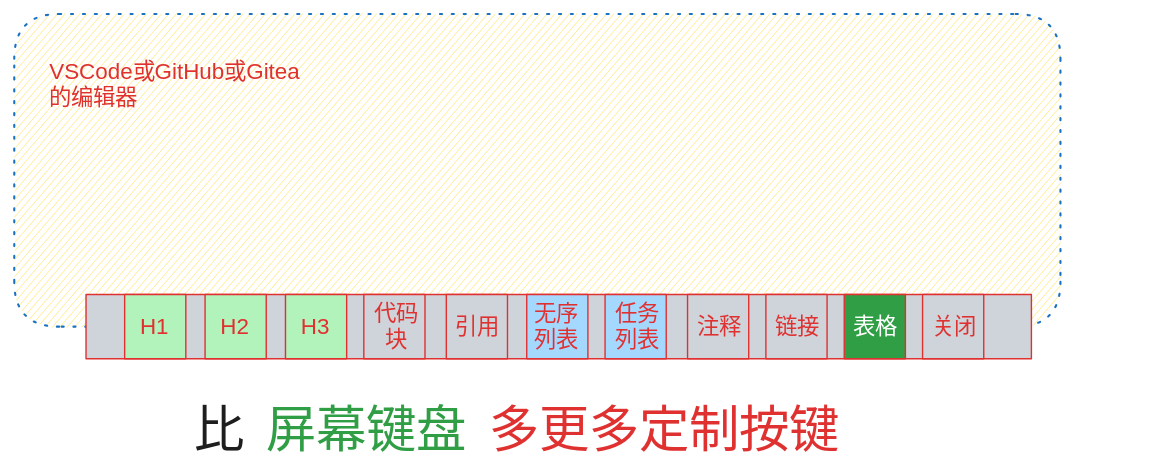
Above: docs/sk/excalidraw-files/UI.md.sk.excalidraw.svg in editfund/editfund.github.io-src (Excalidraw), before the change. Source tidied: one line per element, renumbered; positions are measured from the earlier drawing's top-left corner, leaving out a move shared by most shapes. The source it was exported from:
```json
{"id": 0, "type": "rectangle", "strokeColor": "#1971c2", "backgroundColor": "#ffec99", "fillStyle": "hachure", "strokeWidth": 1, "strokeStyle": "dotted", "roughness": 0, "round": true, "x": 0, "y": 0, "width": 747, "height": 223}
{"id": 1, "type": "text", "text": "VSCode或GitHub或Gitea\n的编辑器", "strokeColor": "#e03131", "backgroundColor": "#b2f2bb", "fillStyle": "cross-hatch", "strokeWidth": 1, "roughness": 0, "fontSize": 16, "fontFamily": 2, "x": 25, "y": 32, "width": 180, "height": 37}
{"id": 2, "type": "text", "text": "比 ", "strokeColor": "#1e1e1e", "backgroundColor": "#b2f2bb", "fillStyle": "cross-hatch", "strokeWidth": 1, "roughness": 0, "fontSize": 36, "fontFamily": 2, "x": 129, "y": 276, "width": 46, "height": 41}
{"id": 3, "type": "text", "text": "屏幕键盘", "strokeColor": "#2f9e44", "backgroundColor": "#b2f2bb", "fillStyle": "cross-hatch", "strokeWidth": 1, "roughness": 0, "fontSize": 36, "fontFamily": 2, "x": 180, "y": 276, "width": 144, "height": 41}
{"id": 4, "type": "text", "text": " 多更多定制按键", "strokeColor": "#e03131", "backgroundColor": "#b2f2bb", "fillStyle": "cross-hatch", "strokeWidth": 1, "roughness": 0, "fontSize": 36, "fontFamily": 2, "x": 329, "y": 276, "width": 262, "height": 41}
{"id": 5, "type": "rectangle", "strokeColor": "#e03131", "backgroundColor": "#ced4da", "fillStyle": "solid", "strokeWidth": 1, "roughness": 0, "x": 51, "y": 200, "width": 675, "height": 46}
{"id": 6, "type": "rectangle", "strokeColor": "#e03131", "backgroundColor": "#b2f2bb", "fillStyle": "solid", "strokeWidth": 1, "roughness": 0, "x": 79, "y": 200, "width": 44, "height": 46}
{"id": 7, "type": "rectangle", "strokeColor": "#e03131", "backgroundColor": "#b2f2bb", "fillStyle": "solid", "strokeWidth": 1, "roughness": 0, "x": 136, "y": 200, "width": 44, "height": 46}
{"id": 8, "type": "rectangle", "strokeColor": "#e03131", "backgroundColor": "#b2f2bb", "fillStyle": "solid", "strokeWidth": 1, "roughness": 0, "x": 194, "y": 200, "width": 44, "height": 46}
{"id": 9, "type": "rectangle", "strokeColor": "#e03131", "backgroundColor": "#ced4da", "fillStyle": "solid", "strokeWidth": 1, "roughness": 0, "x": 250, "y": 200, "width": 44, "height": 46}
{"id": 10, "type": "rectangle", "strokeColor": "#e03131", "backgroundColor": "#ced4da", "fillStyle": "solid", "strokeWidth": 1, "roughness": 0, "x": 309, "y": 200, "width": 44, "height": 46}
{"id": 11, "type": "rectangle", "strokeColor": "#e03131", "backgroundColor": "#a5d8ff", "fillStyle": "solid", "strokeWidth": 1, "roughness": 0, "x": 366, "y": 200, "width": 44, "height": 46}
{"id": 12, "type": "rectangle", "strokeColor": "#e03131", "backgroundColor": "#a5d8ff", "fillStyle": "solid", "strokeWidth": 1, "roughness": 0, "x": 422, "y": 200, "width": 44, "height": 46}
{"id": 13, "type": "rectangle", "strokeColor": "#e03131", "backgroundColor": "#ced4da", "fillStyle": "solid", "strokeWidth": 1, "roughness": 0, "x": 481, "y": 200, "width": 44, "height": 46}
{"id": 14, "type": "rectangle", "strokeColor": "#e03131", "backgroundColor": "#ced4da", "fillStyle": "solid", "strokeWidth": 1, "roughness": 0, "x": 537, "y": 200, "width": 44, "height": 46}
{"id": 15, "type": "rectangle", "strokeColor": "#e03131", "backgroundColor": "#2f9e44", "fillStyle": "solid", "strokeWidth": 1, "roughness": 0, "x": 593, "y": 200, "width": 44, "height": 46}
{"id": 16, "type": "rectangle", "strokeColor": "#e03131", "backgroundColor": "#ced4da", "fillStyle": "solid", "strokeWidth": 1, "roughness": 0, "x": 649, "y": 200, "width": 44, "height": 46}
{"id": 17, "type": "text", "text": "H1", "strokeColor": "#e03131", "backgroundColor": "#ced4da", "fillStyle": "solid", "strokeWidth": 1, "roughness": 0, "fontSize": 16, "fontFamily": 2, "x": 90, "y": 214, "width": 20, "height": 18}
{"id": 18, "type": "text", "text": "H2", "strokeColor": "#e03131", "backgroundColor": "#ced4da", "fillStyle": "solid", "strokeWidth": 1, "roughness": 0, "fontSize": 16, "fontFamily": 2, "x": 147, "y": 214, "width": 20, "height": 18}
{"id": 19, "type": "text", "text": "H3", "strokeColor": "#e03131", "backgroundColor": "#ced4da", "fillStyle": "solid", "strokeWidth": 1, "roughness": 0, "fontSize": 16, "fontFamily": 2, "x": 205, "y": 214, "width": 20, "height": 18}
{"id": 20, "type": "text", "text": "代码\n块", "strokeColor": "#e03131", "backgroundColor": "#ced4da", "fillStyle": "solid", "strokeWidth": 1, "roughness": 0, "fontSize": 16, "fontFamily": 2, "textAlign": "center", "x": 257, "y": 205, "width": 32, "height": 37}
{"id": 21, "type": "text", "text": "引用", "strokeColor": "#e03131", "backgroundColor": "#ced4da", "fillStyle": "solid", "strokeWidth": 1, "roughness": 0, "fontSize": 16, "fontFamily": 2, "x": 314, "y": 214, "width": 32, "height": 18}
{"id": 22, "type": "text", "text": "无序\n列表", "strokeColor": "#e03131", "backgroundColor": "#ced4da", "fillStyle": "solid", "strokeWidth": 1, "roughness": 0, "fontSize": 16, "fontFamily": 2, "x": 371, "y": 205, "width": 32, "height": 37}
{"id": 23, "type": "text", "text": "任务\n列表", "strokeColor": "#e03131", "backgroundColor": "#ced4da", "fillStyle": "solid", "strokeWidth": 1, "roughness": 0, "fontSize": 16, "fontFamily": 2, "x": 429, "y": 205, "width": 32, "height": 37}
{"id": 24, "type": "text", "text": "注释", "strokeColor": "#e03131", "backgroundColor": "#ced4da", "fillStyle": "solid", "strokeWidth": 1, "roughness": 0, "fontSize": 16, "fontFamily": 2, "x": 488, "y": 214, "width": 32, "height": 18}
{"id": 25, "type": "text", "text": "链接", "strokeColor": "#e03131", "backgroundColor": "#ced4da", "fillStyle": "solid", "strokeWidth": 1, "roughness": 0, "fontSize": 16, "fontFamily": 2, "x": 544, "y": 214, "width": 32, "height": 18}
{"id": 26, "type": "text", "text": "表格", "strokeColor": "#ffffff", "backgroundColor": "#ced4da", "fillStyle": "solid", "strokeWidth": 1, "roughness": 0, "fontSize": 16, "fontFamily": 2, "x": 599, "y": 214, "width": 32, "height": 18}
{"id": 27, "type": "text", "text": "关闭", "strokeColor": "#e03131", "backgroundColor": "#ced4da", "fillStyle": "solid", "strokeWidth": 1, "roughness": 0, "fontSize": 16, "fontFamily": 2, "x": 655, "y": 214, "width": 32, "height": 18}
{"id": 28, "type": "freedraw", "strokeColor": "#ffffff", "backgroundColor": "#2f9e44", "fillStyle": "solid", "strokeWidth": 1, "roughness": 0, "x": 610, "y": 276, "width": 0, "height": 0, "points": [[0, 0], [0, 0]]}
{"id": 29, "type": "freedraw", "strokeColor": "#ffffff", "backgroundColor": "#2f9e44", "fillStyle": "solid", "strokeWidth": 1, "roughness": 0, "x": 812, "y": 189, "width": 0, "height": 0, "points": [[0, 0], [0, 0]]}
```
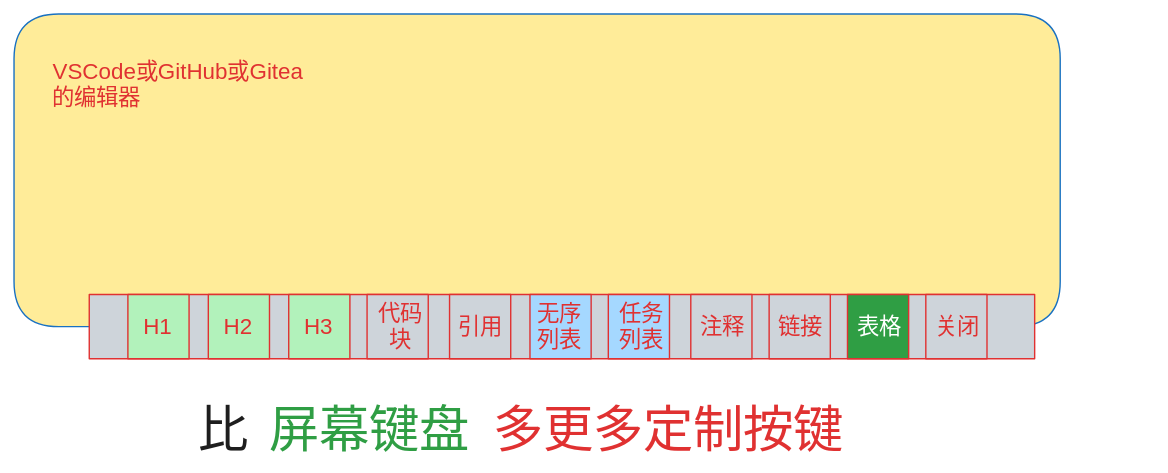
Later version of the same file.

Change to the diagram source:
```diff
@@ -1,4 +1,4 @@
-{"id": 0, "type": "rectangle", "strokeColor": "#1971c2", "backgroundColor": "#ffec99", "fillStyle": "hachure", "strokeWidth": 1, "strokeStyle": "dotted", "roughness": 0, "round": true, "x": 0, "y": 0, "width": 747, "height": 223}
+{"id": 0, "type": "rectangle", "strokeColor": "#1971c2", "backgroundColor": "#ffec99", "fillStyle": "solid", "strokeWidth": 1, "roughness": 0, "round": true, "x": -2, "y": 0, "width": 747, "height": 223}
 {"id": 1, "type": "text", "text": "VSCode或GitHub或Gitea\n的编辑器", "strokeColor": "#e03131", "backgroundColor": "#b2f2bb", "fillStyle": "cross-hatch", "strokeWidth": 1, "roughness": 0, "fontSize": 16, "fontFamily": 2, "x": 25, "y": 32, "width": 180, "height": 37}
 {"id": 2, "type": "text", "text": "比 ", "strokeColor": "#1e1e1e", "backgroundColor": "#b2f2bb", "fillStyle": "cross-hatch", "strokeWidth": 1, "roughness": 0, "fontSize": 36, "fontFamily": 2, "x": 129, "y": 276, "width": 46, "height": 41}
 {"id": 3, "type": "text", "text": "屏幕键盘", "strokeColor": "#2f9e44", "backgroundColor": "#b2f2bb", "fillStyle": "cross-hatch", "strokeWidth": 1, "roughness": 0, "fontSize": 36, "fontFamily": 2, "x": 180, "y": 276, "width": 144, "height": 41}
```
